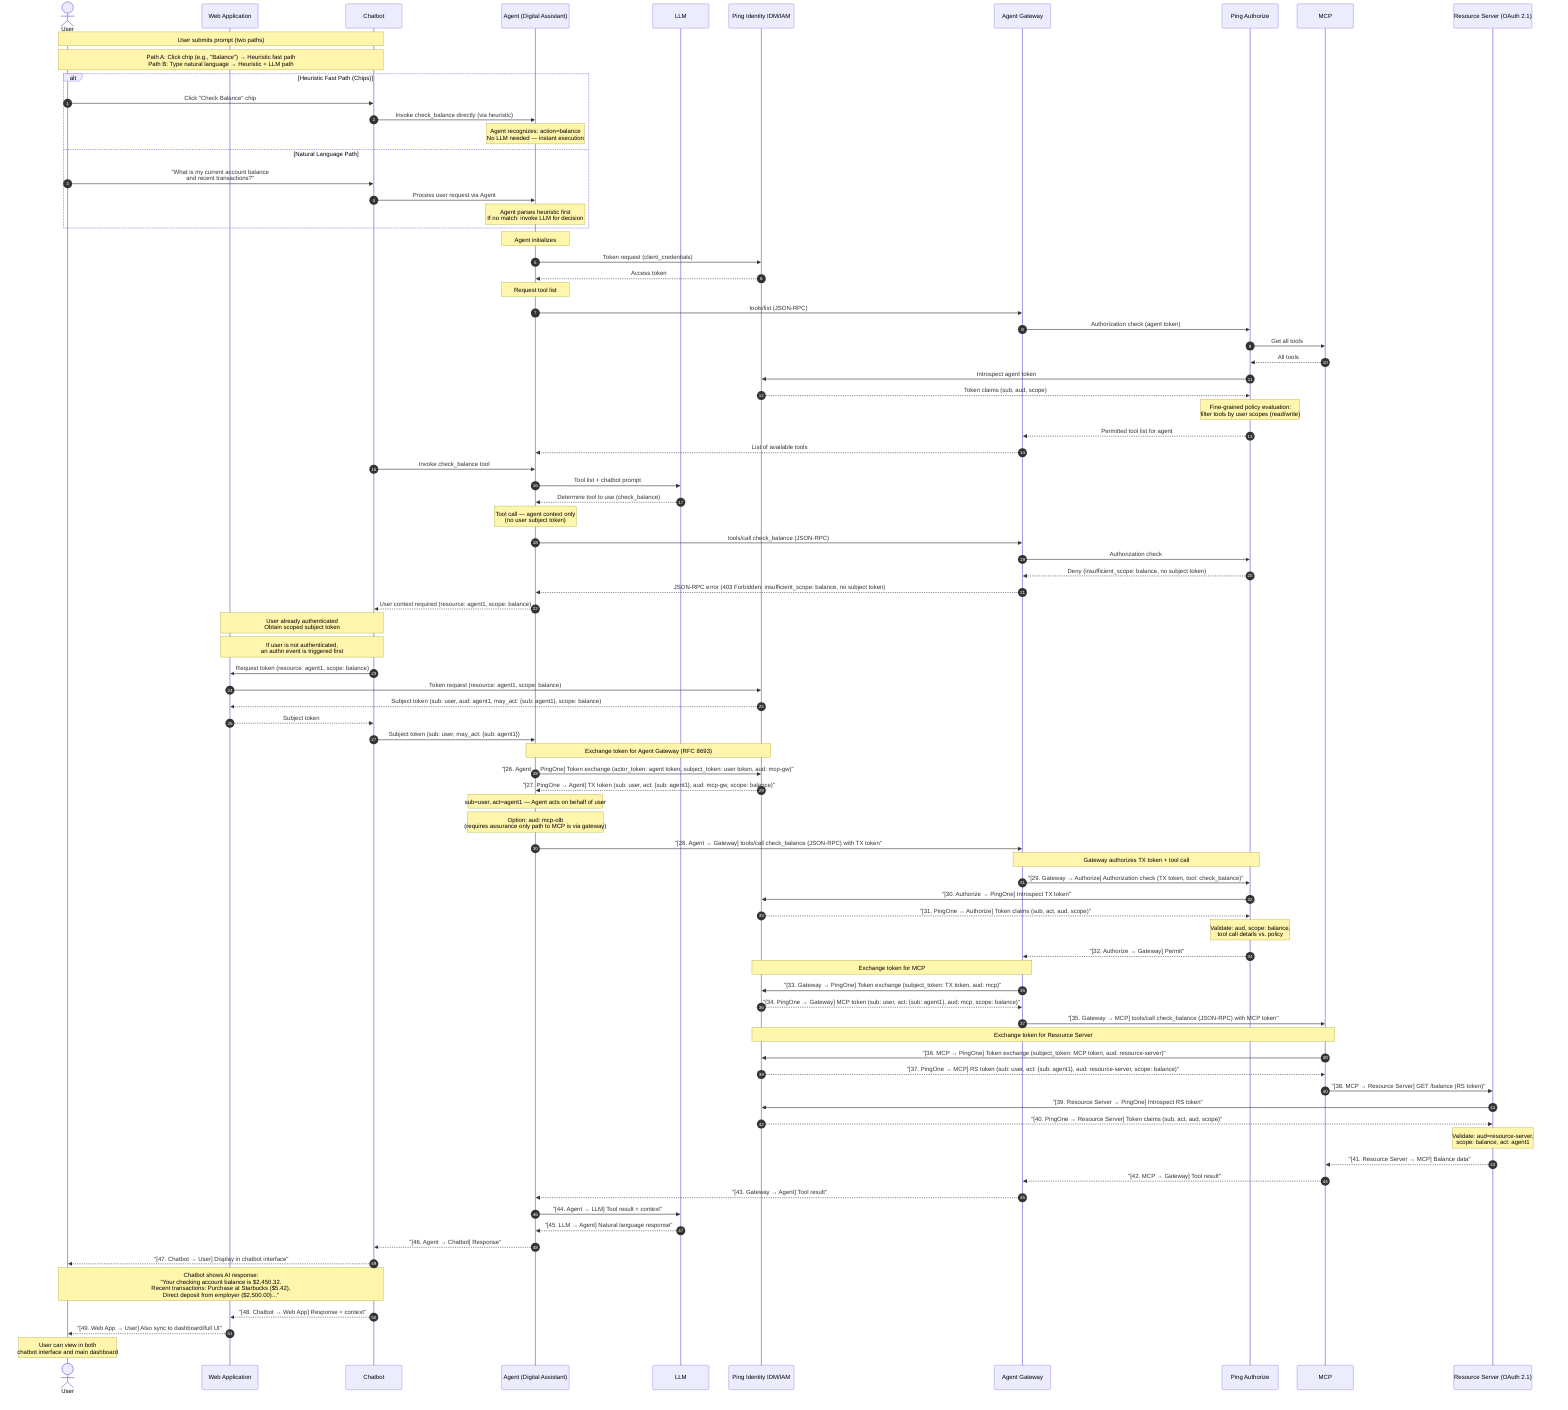
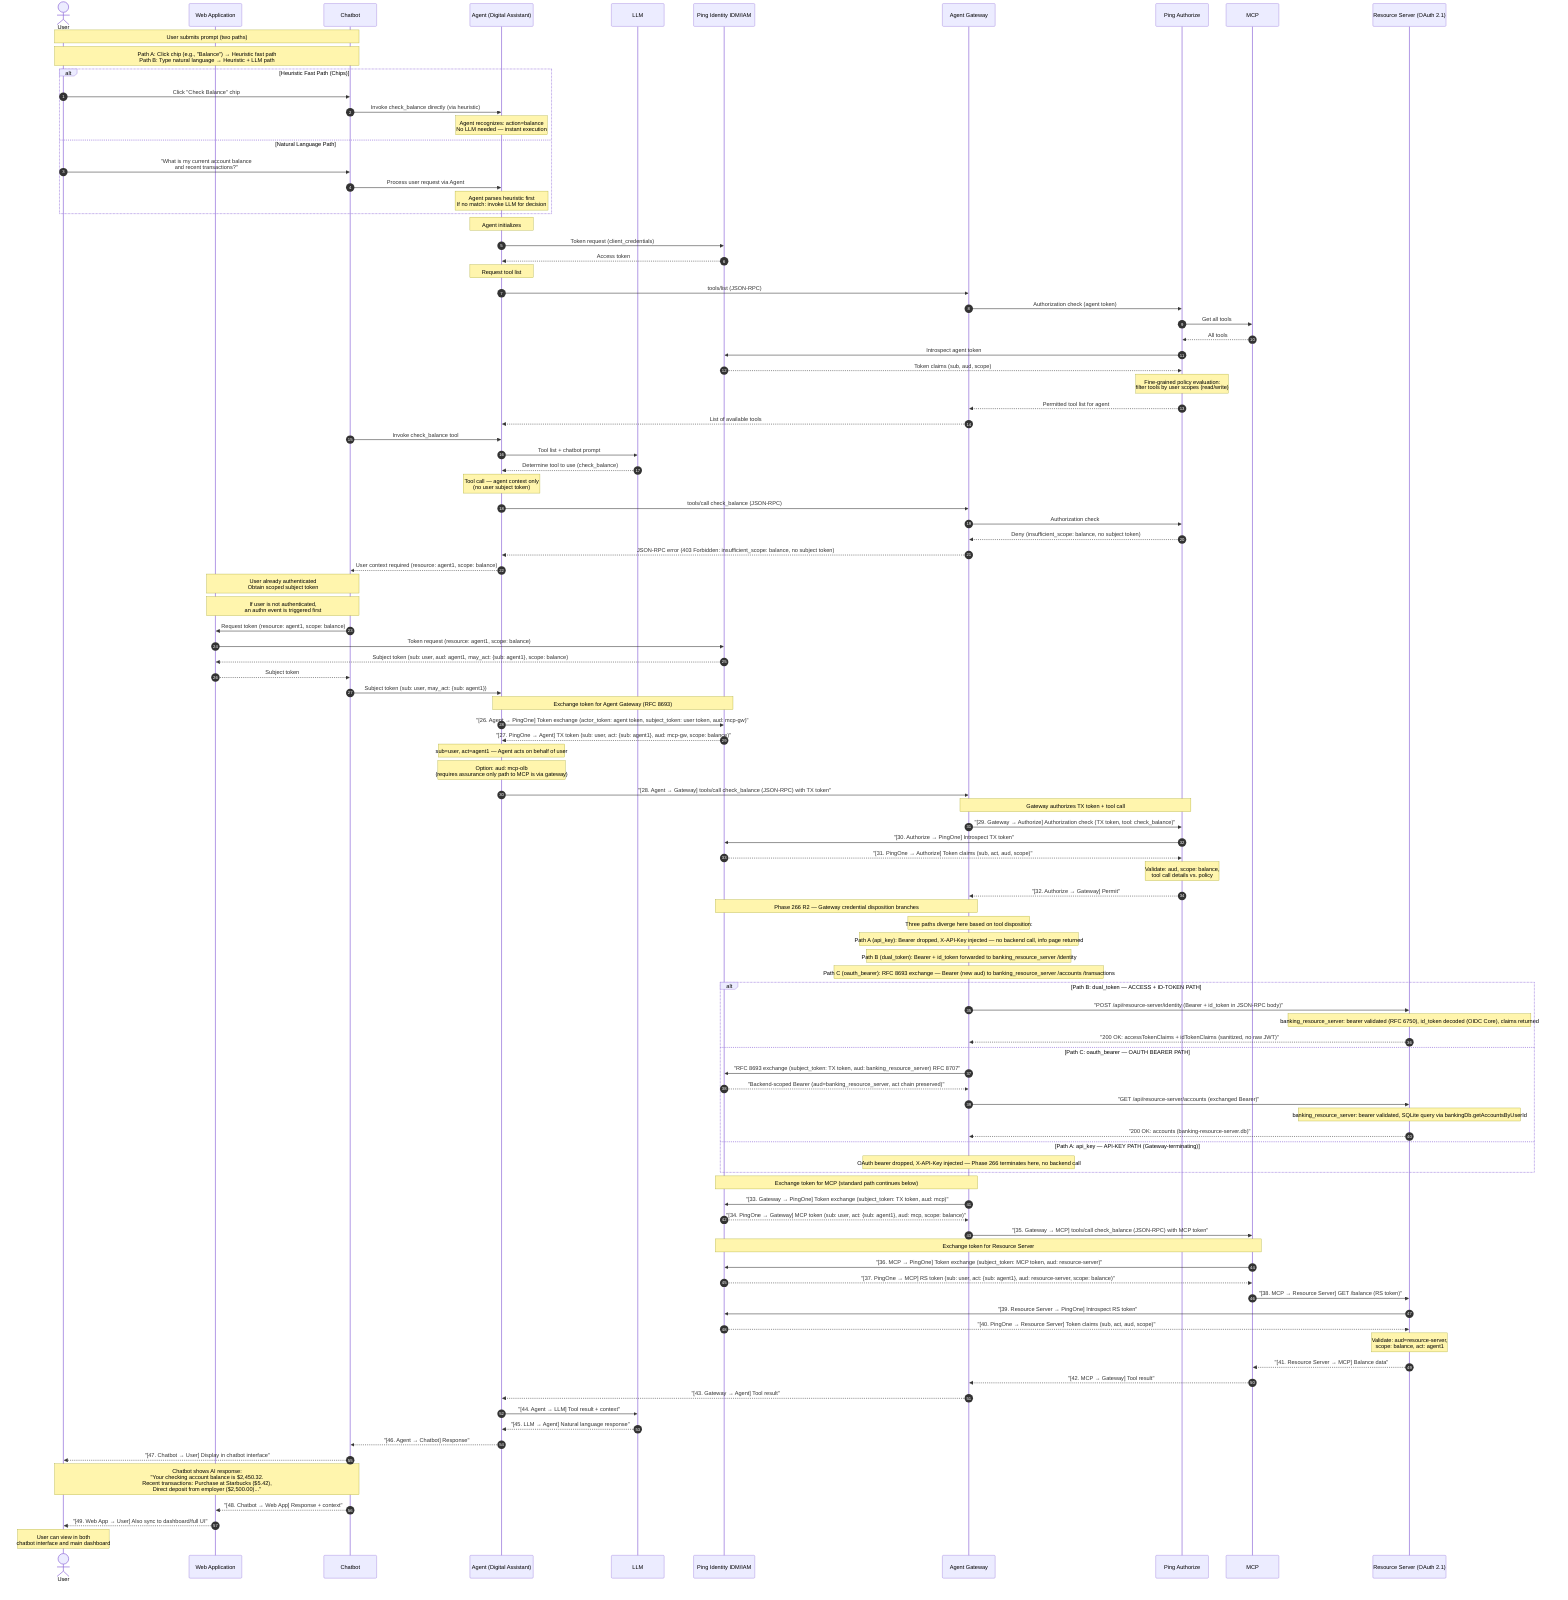
+ %% Phase 266 R2 (2026-05-11): Three credential dispositions at the Agent Gateway.
+ %% Path A (api_key): OAuth bearer dropped; X-API-Key injected — Gateway-terminating, no backend call.
+ %% Path B (dual_token): Bearer + id_token forwarded to banking_resource_server /identity — RFC 8693 + RFC 8707 + OIDC Core ss3.1.3.7.
+ %% Path C (oauth_bearer): RFC 8693 exchange; Bearer (new aud) forwarded to banking_resource_server /accounts /transactions (SQLite-backed).
+ %% banking_resource_server serves both Path B and Path C at different routes with the same authenticateToken middleware.

sequenceDiagram
    autonumber
    actor U as User
    participant WA as Web Application
    participant CB as Chatbot
    participant A as Agent (Digital Assistant)
    participant LLM as LLM
    participant PID as Ping Identity IDM/IAM
    participant AG as Agent Gateway
    participant PA as Ping Authorize
    participant MCP as MCP
    participant RS as Resource Server (OAuth 2.1)

    Note over U,CB: User submits prompt (two paths)
    Note over U,CB: Path A: Click chip (e.g., "Balance") → Heuristic fast path<br/>Path B: Type natural language → Heuristic + LLM path

    alt Heuristic Fast Path (Chips)
        U->>CB: Click "Check Balance" chip
        CB->>A: Invoke check_balance directly (via heuristic)
        Note over A: Agent recognizes: action=balance<br/>No LLM needed — instant execution
    else Natural Language Path
        U->>CB: "What is my current account balance<br/>and recent transactions?"
        CB->>A: Process user request via Agent
        Note over A: Agent parses heuristic first<br/>If no match: invoke LLM for decision
    end

    Note over A: Agent initializes
    A->>PID: Token request (client_credentials)
    PID-->>A: Access token

    Note over A: Request tool list
    A->>AG: tools/list (JSON-RPC)
    AG->>PA: Authorization check (agent token)
    PA->>MCP: Get all tools
    MCP-->>PA: All tools
    PA->>PID: Introspect agent token
    PID-->>PA: Token claims (sub, aud, scope)
    Note over PA: Fine-grained policy evaluation:<br/>filter tools by user scopes (read/write)
    PA-->>AG: Permitted tool list for agent
    AG-->>A: List of available tools
    CB->>A: Invoke check_balance tool
    A->>LLM: Tool list + chatbot prompt
    LLM-->>A: Determine tool to use (check_balance)

    Note over A: Tool call — agent context only <br/> (no user subject token)
    A->>AG: tools/call check_balance (JSON-RPC)
    AG->>PA: Authorization check
    PA-->>AG: Deny (insufficient_scope: balance, no subject token)
    AG-->>A: JSON-RPC error (403 Forbidden: insufficient_scope: balance, no subject token)

    A-->>CB: User context required (resource: agent1, scope: balance)

    Note over CB,WA: User already authenticated <br/>Obtain scoped subject token
    Note over CB,WA: If user is not authenticated,<br/>an authn event is triggered first
    CB->>WA: Request token (resource: agent1, scope: balance)
    WA->>PID: Token request (resource: agent1, scope: balance)
    PID-->>WA: Subject token (sub: user, aud: agent1, may_act: {sub: agent1}, scope: balance)
    WA-->>CB: Subject token
    CB->>A: Subject token (sub: user, may_act: {sub: agent1})

    Note over A,PID: Exchange token for Agent Gateway (RFC 8693)
    A->>PID: "[26. Agent → PingOne] Token exchange (actor_token: agent token, subject_token: user token, aud: mcp-gw)"
    PID-->>A: "[27. PingOne → Agent] TX token (sub: user, act: {sub: agent1}, aud: mcp-gw, scope: balance)"
    Note over A: sub=user, act=agent1 — Agent acts on behalf of user
    Note over A: Option: aud: mcp-olb<br/>(requires assurance only path to MCP is via gateway)

    A->>AG: "[28. Agent → Gateway] tools/call check_balance (JSON-RPC) with TX token"

    Note over AG,PA: Gateway authorizes TX token + tool call
    AG->>PA: "[29. Gateway → Authorize] Authorization check (TX token, tool: check_balance)"
    PA->>PID: "[30. Authorize → PingOne] Introspect TX token"
    PID-->>PA: "[31. PingOne → Authorize] Token claims (sub, act, aud, scope)"
    Note over PA: Validate: aud, scope: balance,<br/>tool call details vs. policy
    PA-->>AG: "[32. Authorize → Gateway] Permit"
-     Note over AG,PID: Exchange token for MCP
+     Note over AG,PID: Phase 266 R2 — Gateway credential disposition branches
+     Note over AG: Three paths diverge here based on tool disposition:
+     Note over AG: Path A (api_key): Bearer dropped, X-API-Key injected — no backend call, info page returned
+     Note over AG: Path B (dual_token): Bearer + id_token forwarded to banking_resource_server /identity
+     Note over AG: Path C (oauth_bearer): RFC 8693 exchange — Bearer (new aud) to banking_resource_server /accounts /transactions
+ 
+     alt Path B: dual_token — ACCESS + ID-TOKEN PATH
+         AG->>RS: "POST /api/resource-server/identity (Bearer + id_token in JSON-RPC body)"
+         Note over RS: banking_resource_server: bearer validated (RFC 6750), id_token decoded (OIDC Core), claims returned
+         RS-->>AG: "200 OK: accessTokenClaims + idTokenClaims (sanitized, no raw JWT)"
+     else Path C: oauth_bearer — OAUTH BEARER PATH
+         AG->>PID: "RFC 8693 exchange (subject_token: TX token, aud: banking_resource_server) RFC 8707"
+         PID-->>AG: "Backend-scoped Bearer (aud=banking_resource_server, act chain preserved)"
+         AG->>RS: "GET /api/resource-server/accounts (exchanged Bearer)"
+         Note over RS: banking_resource_server: bearer validated, SQLite query via bankingDb.getAccountsByUserId
+         RS-->>AG: "200 OK: accounts (banking-resource-server.db)"
+     else Path A: api_key — API-KEY PATH (Gateway-terminating)
+         Note over AG: OAuth bearer dropped, X-API-Key injected — Phase 266 terminates here, no backend call
+     end
+ 
+     Note over AG,PID: Exchange token for MCP (standard path continues below)
    AG->>PID: "[33. Gateway → PingOne] Token exchange (subject_token: TX token, aud: mcp)"
    PID-->>AG: "[34. PingOne → Gateway] MCP token (sub: user, act: {sub: agent1}, aud: mcp, scope: balance)"
    AG->>MCP: "[35. Gateway → MCP] tools/call check_balance (JSON-RPC) with MCP token"
    Note over MCP,PID: Exchange token for Resource Server
    MCP->>PID: "[36. MCP → PingOne] Token exchange (subject_token: MCP token, aud: resource-server)"
    PID-->>MCP: "[37. PingOne → MCP] RS token (sub: user, act: {sub: agent1}, aud: resource-server, scope: balance)"
    MCP->>RS: "[38. MCP → Resource Server] GET /balance (RS token)"
    RS->>PID: "[39. Resource Server → PingOne] Introspect RS token"
    PID-->>RS: "[40. PingOne → Resource Server] Token claims (sub, act, aud, scope)"
    Note over RS: Validate: aud=resource-server,<br/>scope: balance, act: agent1
    RS-->>MCP: "[41. Resource Server → MCP] Balance data"
    MCP-->>AG: "[42. MCP → Gateway] Tool result"
    AG-->>A: "[43. Gateway → Agent] Tool result"
    A->>LLM: "[44. Agent → LLM] Tool result + context"
    LLM-->>A: "[45. LLM → Agent] Natural language response"
    A-->>CB: "[46. Agent → Chatbot] Response"
    CB-->>U: "[47. Chatbot → User] Display in chatbot interface"
    Note over CB,U: Chatbot shows AI response:<br/>"Your checking account balance is $2,450.32.<br/>Recent transactions: Purchase at Starbucks ($5.42),<br/>Direct deposit from employer ($2,500.00)..."
    CB-->>WA: "[48. Chatbot → Web App] Response + context"
    WA-->>U: "[49. Web App → User] Also sync to dashboard/full UI"
    Note over U: User can view in both<br/>chatbot interface and main dashboard
